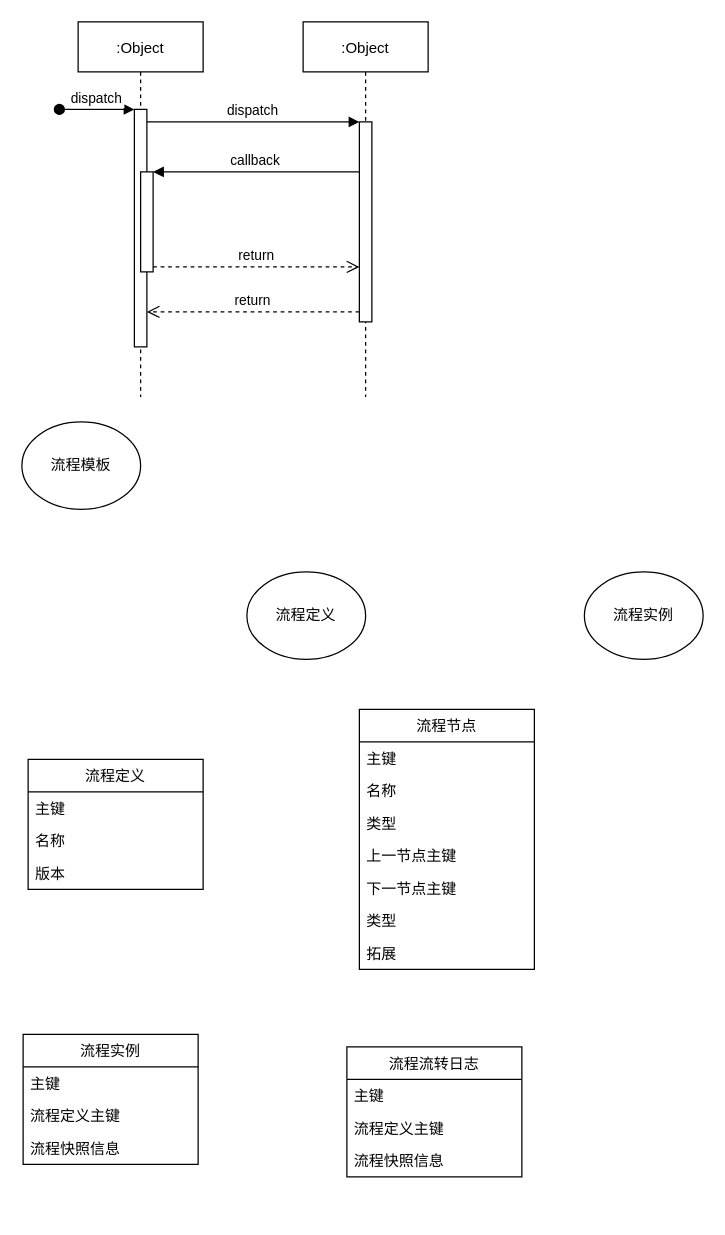
Before: 工作流.drawio in zzuklj/draw-io-respository, a draw.io diagram. Source tidied: cells renumbered, new cells numbered last; positions are measured from the earlier drawing's top-left corner, leaving out a move shared by most shapes. Both pictures are drawn from the tidied source at 125%, with x=0, y=0 at pixel (21, 21).
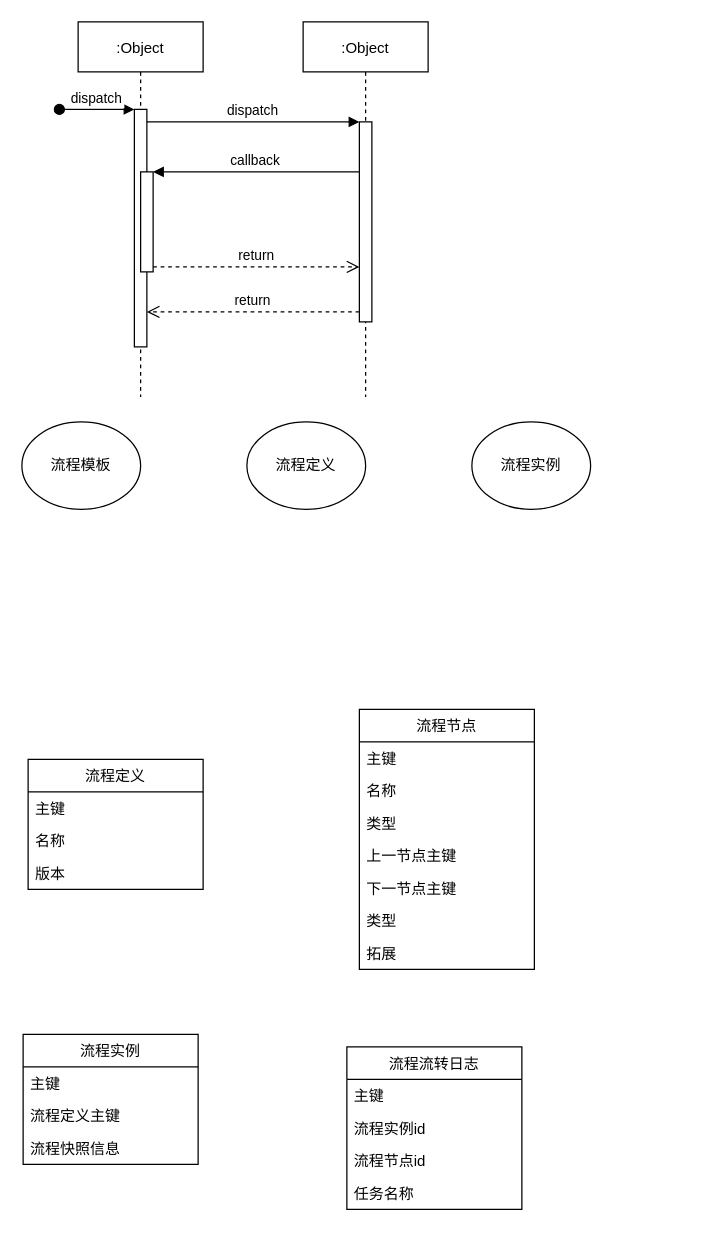
Above is the later version.

Commit message:
更新工作流.drawio

Change to the diagram source:
```diff
@@
     <mxCell id="13" value="流程定义" style="ellipse;whiteSpace=wrap;html=1;" parent="1" vertex="1">
-      <mxGeometry x="180" y="440" width="95" height="70" as="geometry" />
+      <mxGeometry x="180" y="320" width="95" height="70" as="geometry" />
     </mxCell>
     <mxCell id="14" value="流程实例" style="ellipse;whiteSpace=wrap;html=1;" parent="1" vertex="1">
-      <mxGeometry x="450" y="440" width="95" height="70" as="geometry" />
+      <mxGeometry x="360" y="320" width="95" height="70" as="geometry" />
     </mxCell>
@@
     <mxCell id="31" value="流程流转日志" style="swimlane;fontStyle=0;horizontal=1;startSize=26;fillColor=none;" parent="1" vertex="1">
-      <mxGeometry x="260" y="820" width="140" height="104" as="geometry" />
+      <mxGeometry x="260" y="820" width="140" height="130" as="geometry" />
     </mxCell>
@@
-    <mxCell id="33" value="流程定义主键" style="text;strokeColor=none;fillColor=none;align=left;verticalAlign=top;spacingLeft=4;spacingRight=4;overflow=hidden;" parent="31" vertex="1">
+    <mxCell id="33" value="流程实例id" style="text;strokeColor=none;fillColor=none;align=left;verticalAlign=top;spacingLeft=4;spacingRight=4;overflow=hidden;" parent="31" vertex="1">
       <mxGeometry y="52" width="140" height="26" as="geometry" />
     </mxCell>
-    <mxCell id="34" value="流程快照信息" style="text;strokeColor=none;fillColor=none;align=left;verticalAlign=top;spacingLeft=4;spacingRight=4;overflow=hidden;" parent="31" vertex="1">
+    <mxCell id="34" value="流程节点id" style="text;strokeColor=none;fillColor=none;align=left;verticalAlign=top;spacingLeft=4;spacingRight=4;overflow=hidden;" parent="31" vertex="1">
       <mxGeometry y="78" width="140" height="26" as="geometry" />
     </mxCell>
+    <mxCell id="35" value="任务名称" style="text;strokeColor=none;fillColor=none;align=left;verticalAlign=top;spacingLeft=4;spacingRight=4;overflow=hidden;" parent="31" vertex="1">
+      <mxGeometry y="104" width="140" height="26" as="geometry" />
+    </mxCell>
```
